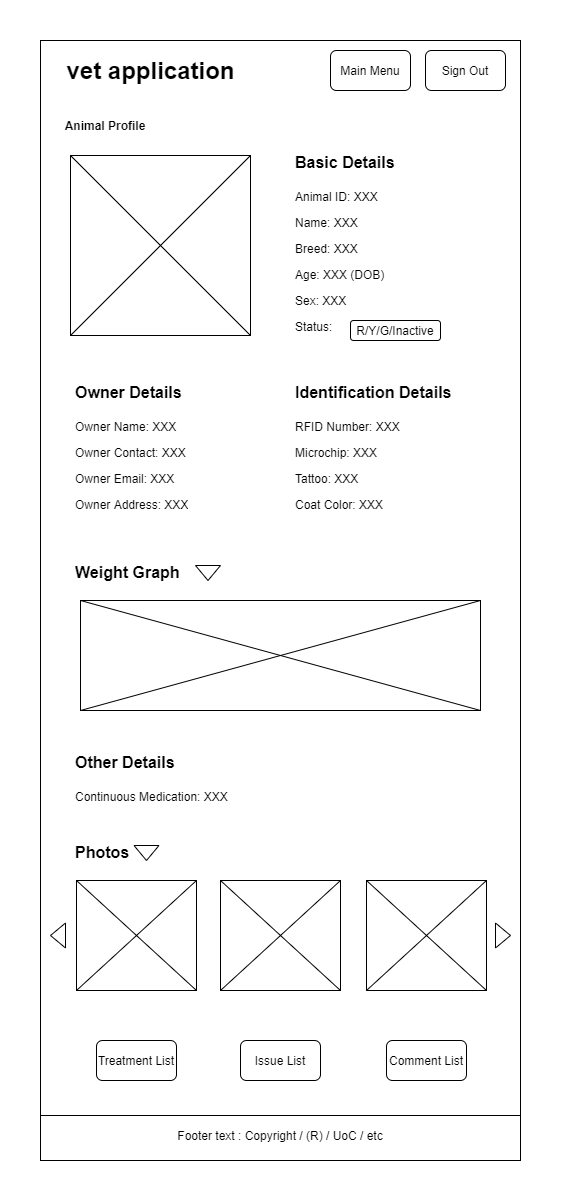
zbhavyai/veterinary-clinic keeps this draw.io diagram as wireframing/14_Animal_Profile.png. Above is the earlier version. Source tidied: cells renumbered, new cells last; positions are measured from the earlier drawing's top-left corner, leaving out a move shared by most shapes.
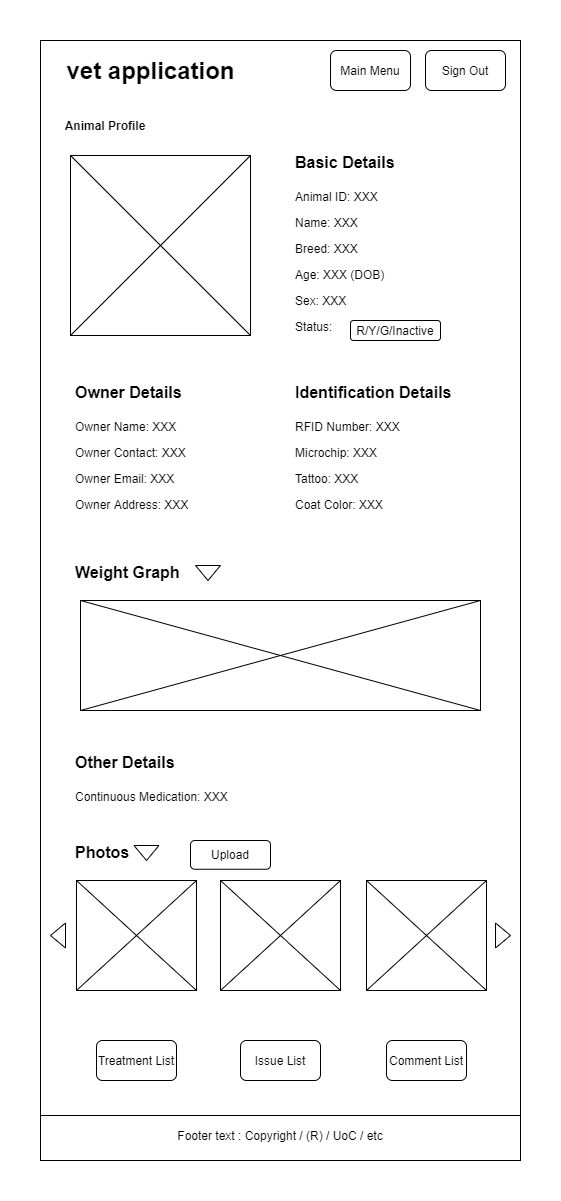
Above is the later version.

Commit message:
docs: [U888-51] added animal photo upload button

The edit, as a diff of the source:
```diff
@@ -113,5 +113,8 @@
     <mxCell id="38" value="R/Y/G/Inactive" style="rounded=1;whiteSpace=wrap;html=1;" parent="1" vertex="1">
       <mxGeometry x="350" y="320" width="90" height="20" as="geometry" />
     </mxCell>
+    <mxCell id="39" value="Upload" style="rounded=1;whiteSpace=wrap;html=1;" parent="1" vertex="1">
+      <mxGeometry x="190" y="840" width="80" height="28.8" as="geometry" />
+    </mxCell>
   </root>
 </mxGraphModel>
```
